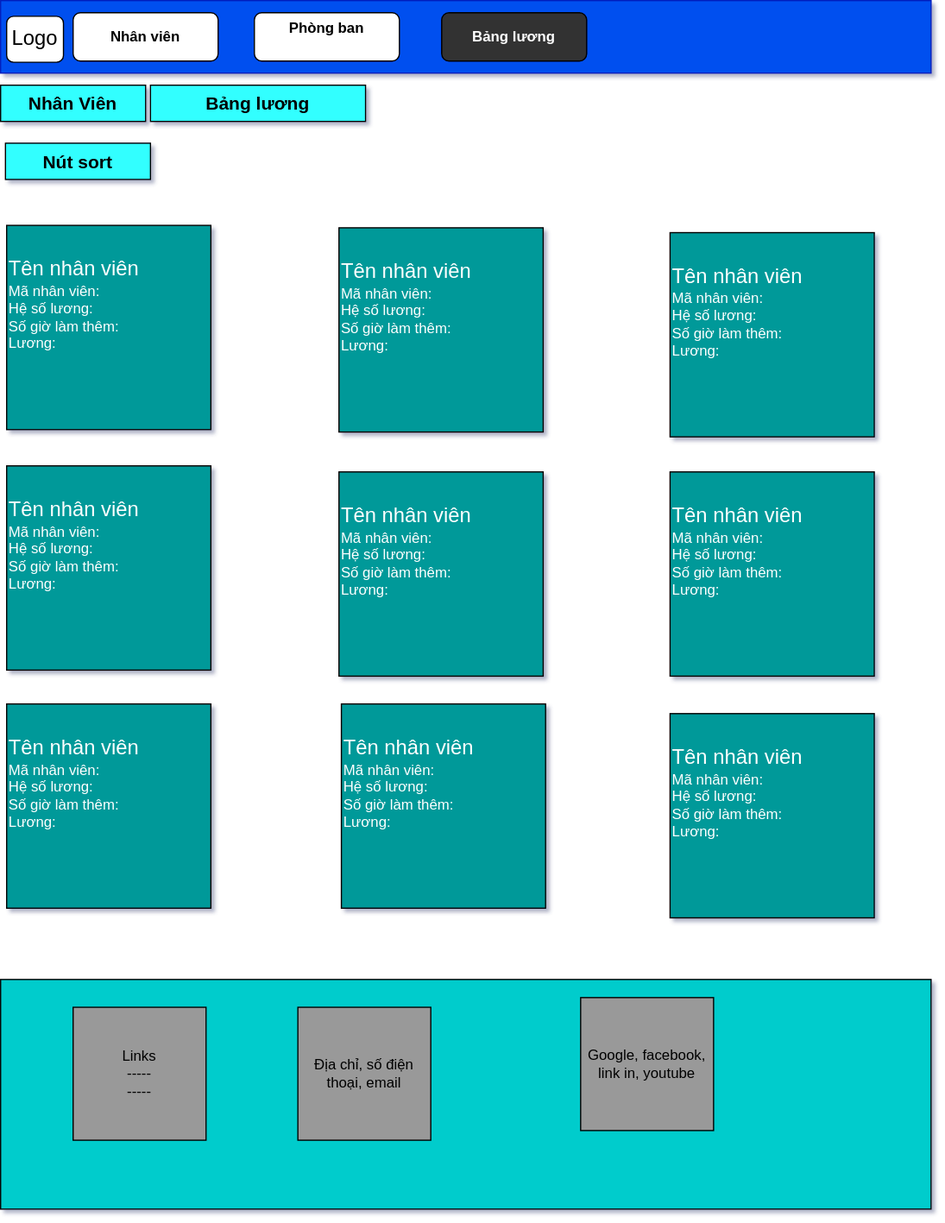
ktkthuong/Funix-React-Lab keeps this draw.io diagram as DRAWIO/staffsalary.drawio.svg. Above is the earlier version. Source tidied: cells renumbered, new cells last; positions are measured from the earlier drawing's top-left corner, leaving out a move shared by most shapes.
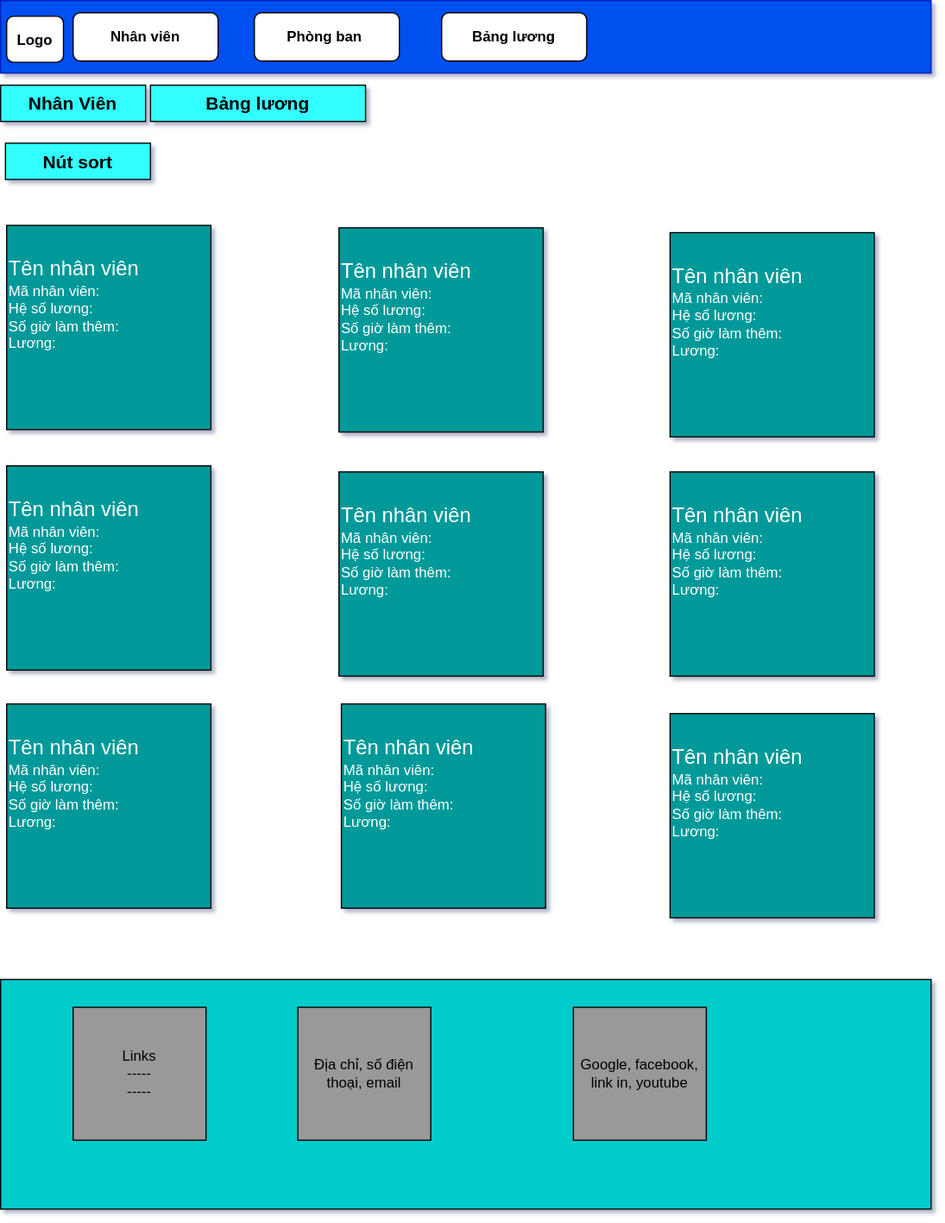
Above is the later version.

What changed in the source:
```diff
@@ -11,7 +11,7 @@
     <mxCell id="4" value="Phòng ban&lt;span style=&quot;white-space: pre&quot;&gt; &lt;/span&gt;" style="rounded=1;whiteSpace=wrap;html=1;fontStyle=1;" parent="1" vertex="1">
       <mxGeometry x="210" y="10" width="120" height="40" as="geometry" />
     </mxCell>
-    <mxCell id="5" value="Bảng lương" style="rounded=1;whiteSpace=wrap;html=1;fontStyle=1;fillColor=#333333;fontColor=#FFFFFF;" parent="1" vertex="1">
+    <mxCell id="5" value="&lt;font color=&quot;#000000&quot;&gt;Bảng lương&lt;/font&gt;" style="rounded=1;whiteSpace=wrap;html=1;fontStyle=1;fillColor=#FFFFFF;fontColor=#FFFFFF;" parent="1" vertex="1">
       <mxGeometry x="365" y="10" width="120" height="40" as="geometry" />
     </mxCell>
     <mxCell id="6" value="Nhân Viên" style="rounded=0;whiteSpace=wrap;html=1;labelBackgroundColor=none;labelBorderColor=none;fontColor=#000000;fontStyle=1;fontSize=15;fillColor=#33FFFF;" parent="1" vertex="1">
@@ -24,7 +24,7 @@
       <mxGeometry x="246" y="833" width="110" height="110" as="geometry" />
     </mxCell>
     <mxCell id="9" value="Google, facebook, link in, youtube" style="whiteSpace=wrap;html=1;labelBackgroundColor=none;labelBorderColor=none;fontColor=#000000;fillColor=#999999;" parent="1" vertex="1">
-      <mxGeometry x="480" y="825" width="110" height="110" as="geometry" />
+      <mxGeometry x="474" y="833" width="110" height="110" as="geometry" />
     </mxCell>
     <mxCell id="10" value="Bảng lương" style="rounded=0;whiteSpace=wrap;html=1;labelBackgroundColor=none;labelBorderColor=none;fontColor=#000000;fontStyle=1;fontSize=15;fillColor=#33FFFF;" parent="1" vertex="1">
       <mxGeometry x="124" y="70" width="178" height="30" as="geometry" />
@@ -62,7 +62,7 @@
     <mxCell id="21" value="Nút sort" style="rounded=0;whiteSpace=wrap;html=1;labelBackgroundColor=none;labelBorderColor=none;fontColor=#000000;fontStyle=1;fontSize=15;fillColor=#33FFFF;" parent="1" vertex="1">
       <mxGeometry x="4" y="118" width="120" height="30" as="geometry" />
     </mxCell>
-    <mxCell id="22" value="Logo" style="rounded=1;whiteSpace=wrap;html=1;fontSize=17;" parent="1" vertex="1">
+    <mxCell id="22" value="&lt;font style=&quot;font-size: 12px&quot;&gt;&lt;b&gt;Logo&lt;/b&gt;&lt;/font&gt;" style="rounded=1;whiteSpace=wrap;html=1;fontSize=17;" parent="1" vertex="1">
       <mxGeometry x="5" y="13" width="47" height="38" as="geometry" />
     </mxCell>
   </root>
```
